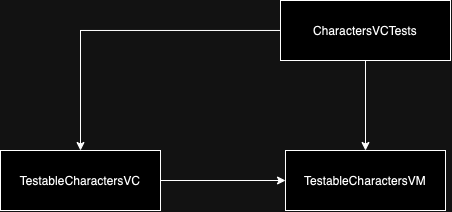
Above: MarvelSampleTests/Tests/Character/CharactersVCTests.drawio.png in hiren9697/MavelSample (draw.io), before the change. Source tidied: cells renumbered, new cells last; positions are measured from the earlier drawing's top-left corner, leaving out a move shared by most shapes.
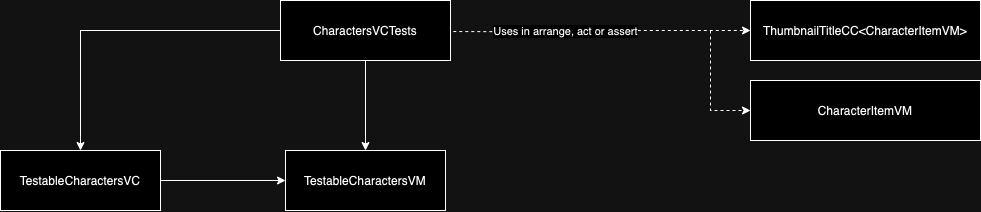
The same diagram one commit later.

The edit, as a diff of the source:
```diff
@@ -2,6 +2,17 @@
   <root>
     <mxCell id="0" />
     <mxCell id="1" parent="0" />
+    <mxCell id="8" style="edgeStyle=orthogonalEdgeStyle;rounded=0;jettySize=auto;html=1;entryX=0;entryY=0.5;entryDx=0;entryDy=0;dashed=1;exitX=1.02;exitY=0.184;exitDx=0;exitDy=0;exitPerimeter=0;" parent="1" edge="1" target="10">
+      <mxGeometry relative="1" as="geometry">
+        <mxPoint x="452.8" y="31" as="sourcePoint" />
+      </mxGeometry>
+    </mxCell>
+    <mxCell id="9" value="Uses in arrange, act or assert" style="edgeLabel;html=1;align=center;verticalAlign=middle;" parent="8" vertex="1">
+      <mxGeometry x="-0.25" y="1" relative="1" as="geometry" />
+    </mxCell>
+    <mxCell id="10" value="ThumbnailTitleCC&amp;lt;CharacterItemVM&amp;gt;" style="rounded=0;whiteSpace=wrap;html=1;" parent="1" vertex="1">
+      <mxGeometry x="750" width="230" height="60" as="geometry" />
+    </mxCell>
     <mxCell id="2" style="edgeStyle=orthogonalEdgeStyle;rounded=0;jettySize=auto;html=1;entryX=0.5;entryY=0;entryDx=0;entryDy=0;" parent="1" edge="1" source="4" target="6">
       <mxGeometry relative="1" as="geometry" />
     </mxCell>
@@ -20,5 +31,16 @@
     <mxCell id="7" value="TestableCharactersVM" style="rounded=0;whiteSpace=wrap;html=1;" parent="1" vertex="1">
       <mxGeometry x="285" y="150" width="160" height="60" as="geometry" />
     </mxCell>
+    <mxCell id="11" value="CharacterItemVM" style="rounded=0;whiteSpace=wrap;html=1;" parent="1" vertex="1">
+      <mxGeometry x="750" y="80" width="230" height="60" as="geometry" />
+    </mxCell>
+    <mxCell id="12" style="endArrow=classic;html=1;rounded=0;entryX=0;entryY=0.5;entryDx=0;entryDy=0;dashed=1;" parent="1" edge="1" target="11">
+      <mxGeometry relative="1" as="geometry">
+        <mxPoint x="710" y="30" as="sourcePoint" />
+        <Array as="points">
+          <mxPoint x="710" y="110" />
+        </Array>
+      </mxGeometry>
+    </mxCell>
   </root>
 </mxGraphModel>
```
